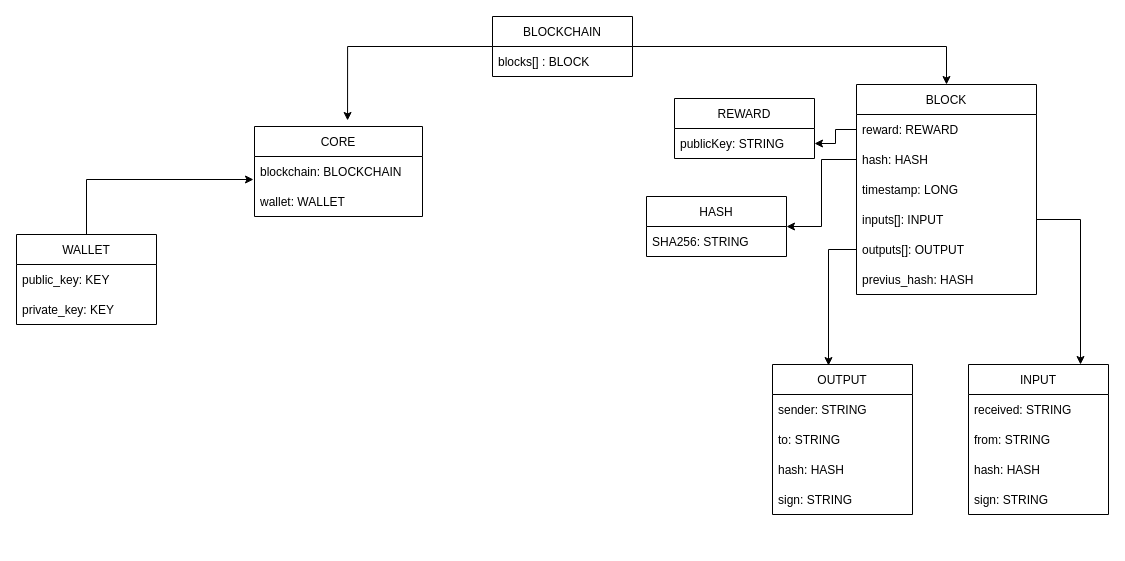
micchf/arus-digital-currency keeps this draw.io diagram as Progettazione/UML.drawio. Above is the earlier version. Source tidied: cells renumbered, new cells numbered last; positions are measured from the earlier drawing's top-left corner, leaving out a move shared by most shapes. Both pictures are drawn from the tidied source at 100%, with x=0, y=0 at pixel (16, 16).
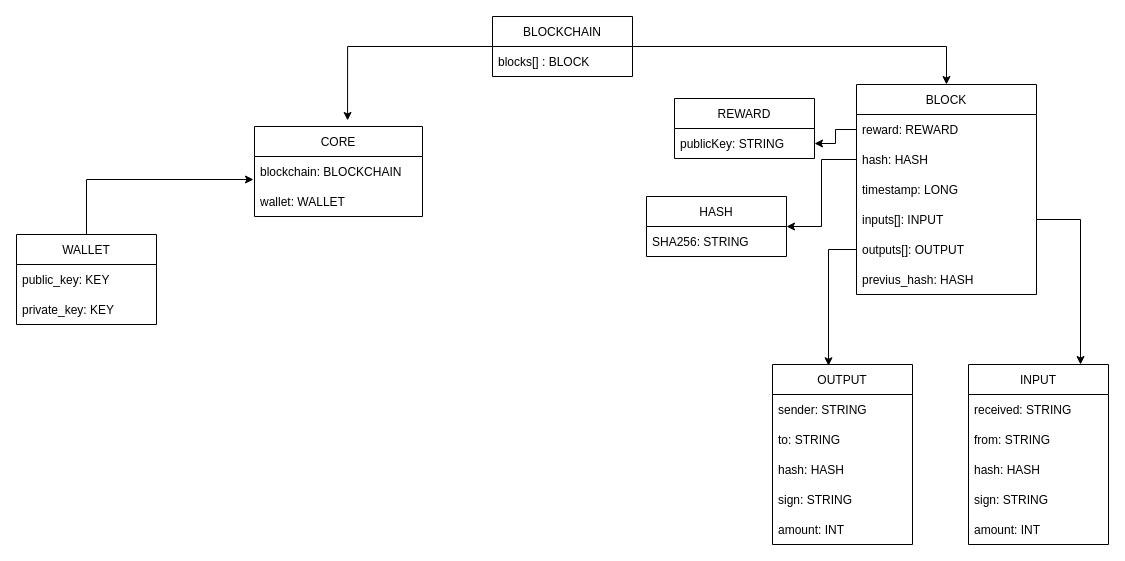
The same page after the edit.

Change to the diagram source:
```diff
@@
     <mxCell id="17" value="INPUT" style="swimlane;fontStyle=0;horizontal=1;startSize=30;" parent="1" vertex="1">
-      <mxGeometry x="952" y="348" width="140" height="150" as="geometry" />
+      <mxGeometry x="952" y="348" width="140" height="180" as="geometry" />
     </mxCell>
@@
+    <mxCell id="38" value="amount: INT" style="text;strokeColor=none;fillColor=none;align=left;verticalAlign=middle;spacingLeft=4;spacingRight=4;overflow=hidden;" parent="17" vertex="1">
+      <mxGeometry y="150" width="140" height="30" as="geometry" />
+    </mxCell>
     <mxCell id="22" value="OUTPUT" style="swimlane;fontStyle=0;horizontal=1;startSize=30;" parent="1" vertex="1">
-      <mxGeometry x="756" y="348" width="140" height="150" as="geometry" />
+      <mxGeometry x="756" y="348" width="140" height="180" as="geometry" />
     </mxCell>
@@
+    <mxCell id="39" value="amount: INT" style="text;strokeColor=none;fillColor=none;align=left;verticalAlign=middle;spacingLeft=4;spacingRight=4;overflow=hidden;" parent="22" vertex="1">
+      <mxGeometry y="150" width="140" height="30" as="geometry" />
+    </mxCell>
```
